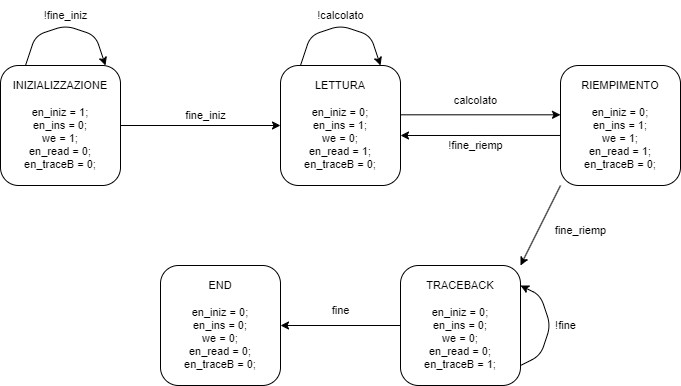
The draw.io diagram FSM_Schematic.drawio.png in Dani-Picciau/NW_algorithm, before a commit. Source tidied: cells renumbered, new cells last; positions are measured from the earlier drawing's top-left corner, leaving out a move shared by most shapes.
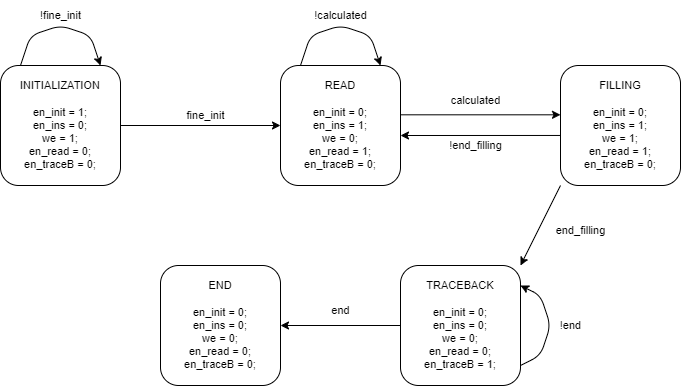
Later version of the same file.

Diff of the diagram source:
```diff
@@ -2,10 +2,10 @@
   <root>
     <mxCell id="0" />
     <mxCell id="1" parent="0" />
-    <mxCell id="2" value="INIZIALIZZAZIONE&lt;br style=&quot;font-size: 11px;&quot;&gt;&lt;br style=&quot;font-size: 11px;&quot;&gt;en_iniz = 1;&lt;br style=&quot;font-size: 11px;&quot;&gt;en_ins = 0;&lt;br style=&quot;font-size: 11px;&quot;&gt;we = 1;&lt;br style=&quot;font-size: 11px;&quot;&gt;en_read = 0;&lt;br style=&quot;font-size: 11px;&quot;&gt;en_traceB = 0;" style="rounded=1;whiteSpace=wrap;html=1;fontSize=11;" parent="1" vertex="1">
+    <mxCell id="2" value="INITIALIZATION&lt;br style=&quot;font-size: 11px;&quot;&gt;&lt;br style=&quot;font-size: 11px;&quot;&gt;en_init = 1;&lt;br style=&quot;font-size: 11px;&quot;&gt;en_ins = 0;&lt;br style=&quot;font-size: 11px;&quot;&gt;we = 1;&lt;br style=&quot;font-size: 11px;&quot;&gt;en_read = 0;&lt;br style=&quot;font-size: 11px;&quot;&gt;en_traceB = 0;" style="rounded=1;whiteSpace=wrap;html=1;fontSize=11;" parent="1" vertex="1">
       <mxGeometry y="65" width="120" height="120" as="geometry" />
     </mxCell>
-    <mxCell id="3" value="LETTURA&lt;br style=&quot;font-size: 11px;&quot;&gt;&lt;br style=&quot;font-size: 11px;&quot;&gt;en_iniz = 0;&lt;br style=&quot;font-size: 11px;&quot;&gt;en_ins = 1;&lt;br style=&quot;font-size: 11px;&quot;&gt;we = 0;&lt;br style=&quot;font-size: 11px;&quot;&gt;en_read = 1;&lt;br style=&quot;font-size: 11px;&quot;&gt;en_traceB = 0;" style="rounded=1;whiteSpace=wrap;html=1;fontSize=11;" parent="1" vertex="1">
+    <mxCell id="3" value="READ&lt;br style=&quot;font-size: 11px;&quot;&gt;&lt;br style=&quot;font-size: 11px;&quot;&gt;en_init = 0;&lt;br style=&quot;font-size: 11px;&quot;&gt;en_ins = 1;&lt;br style=&quot;font-size: 11px;&quot;&gt;we = 0;&lt;br style=&quot;font-size: 11px;&quot;&gt;en_read = 1;&lt;br style=&quot;font-size: 11px;&quot;&gt;en_traceB = 0;" style="rounded=1;whiteSpace=wrap;html=1;fontSize=11;" parent="1" vertex="1">
       <mxGeometry x="280" y="65" width="120" height="120" as="geometry" />
     </mxCell>
     <mxCell id="4" style="endArrow=classic;html=1;exitX=1;exitY=0.5;exitDx=0;exitDy=0;fontSize=11;" parent="1" edge="1" source="2">
@@ -13,24 +13,24 @@
         <mxPoint x="280" y="125" as="targetPoint" />
       </mxGeometry>
     </mxCell>
-    <mxCell id="5" value="fine_iniz" style="text;html=1;align=center;verticalAlign=middle;strokeColor=none;fillColor=none;fontSize=11;" parent="1" vertex="1">
+    <mxCell id="5" value="fine_init" style="text;html=1;align=center;verticalAlign=middle;strokeColor=none;fillColor=none;fontSize=11;" parent="1" vertex="1">
       <mxGeometry x="175" y="100" width="60" height="30" as="geometry" />
     </mxCell>
     <mxCell id="6" style="endArrow=classic;html=1;fontSize=11;" parent="1" edge="1">
       <mxGeometry relative="1" as="geometry">
-        <mxPoint x="25" y="65" as="sourcePoint" />
-        <mxPoint x="105" y="65" as="targetPoint" />
+        <mxPoint x="20" y="65" as="sourcePoint" />
+        <mxPoint x="100" y="65" as="targetPoint" />
         <Array as="points">
-          <mxPoint x="35" y="35" />
-          <mxPoint x="65" y="25" />
-          <mxPoint x="95" y="35" />
+          <mxPoint x="30" y="35" />
+          <mxPoint x="60" y="25" />
+          <mxPoint x="90" y="35" />
         </Array>
       </mxGeometry>
     </mxCell>
-    <mxCell id="7" value="!fine_iniz" style="text;html=1;align=center;verticalAlign=middle;strokeColor=none;fillColor=none;fontSize=11;" parent="1" vertex="1">
-      <mxGeometry x="30" width="70" height="30" as="geometry" />
+    <mxCell id="7" value="!fine_init" style="text;html=1;align=center;verticalAlign=middle;strokeColor=none;fillColor=none;fontSize=11;" parent="1" vertex="1">
+      <mxGeometry x="30" width="60" height="30" as="geometry" />
     </mxCell>
-    <mxCell id="8" value="RIEMPIMENTO&lt;br style=&quot;font-size: 11px;&quot;&gt;&lt;br style=&quot;font-size: 11px;&quot;&gt;en_iniz = 0;&lt;br style=&quot;font-size: 11px;&quot;&gt;en_ins = 1;&lt;br style=&quot;font-size: 11px;&quot;&gt;we = 1;&lt;br style=&quot;font-size: 11px;&quot;&gt;en_read = 1;&lt;br style=&quot;font-size: 11px;&quot;&gt;en_traceB = 0;" style="rounded=1;whiteSpace=wrap;html=1;fontSize=11;" parent="1" vertex="1">
+    <mxCell id="8" value="FILLING&lt;br&gt;&lt;br style=&quot;font-size: 11px;&quot;&gt;en_init = 0;&lt;br style=&quot;font-size: 11px;&quot;&gt;en_ins = 1;&lt;br style=&quot;font-size: 11px;&quot;&gt;we = 1;&lt;br style=&quot;font-size: 11px;&quot;&gt;en_read = 1;&lt;br style=&quot;font-size: 11px;&quot;&gt;en_traceB = 0;" style="rounded=1;whiteSpace=wrap;html=1;fontSize=11;" parent="1" vertex="1">
       <mxGeometry x="560" y="65" width="120" height="120" as="geometry" />
     </mxCell>
     <mxCell id="9" style="endArrow=classic;html=1;fontSize=11;" parent="1" edge="1">
@@ -44,8 +44,8 @@
         </Array>
       </mxGeometry>
     </mxCell>
-    <mxCell id="10" value="!calcolato" style="text;html=1;align=center;verticalAlign=middle;strokeColor=none;fillColor=none;fontSize=11;" parent="1" vertex="1">
-      <mxGeometry x="305" width="70" height="30" as="geometry" />
+    <mxCell id="10" value="!calculated" style="text;html=1;align=center;verticalAlign=middle;strokeColor=none;fillColor=none;fontSize=11;" parent="1" vertex="1">
+      <mxGeometry x="300" width="80" height="30" as="geometry" />
     </mxCell>
     <mxCell id="11" style="endArrow=classic;html=1;exitX=1;exitY=0.5;exitDx=0;exitDy=0;fontSize=11;" parent="1" edge="1">
       <mxGeometry relative="1" as="geometry">
@@ -53,7 +53,7 @@
         <mxPoint x="560" y="114.3" as="targetPoint" />
       </mxGeometry>
     </mxCell>
-    <mxCell id="12" value="calcolato" style="text;html=1;align=center;verticalAlign=middle;strokeColor=none;fillColor=none;fontSize=11;" parent="1" vertex="1">
+    <mxCell id="12" value="calculated" style="text;html=1;align=center;verticalAlign=middle;strokeColor=none;fillColor=none;fontSize=11;" parent="1" vertex="1">
       <mxGeometry x="440" y="85" width="70" height="30" as="geometry" />
     </mxCell>
     <mxCell id="13" style="endArrow=classic;html=1;exitX=0;exitY=0.583;exitDx=0;exitDy=0;exitPerimeter=0;fontSize=11;" parent="1" edge="1" source="8">
@@ -61,13 +61,13 @@
         <mxPoint x="400" y="135" as="targetPoint" />
       </mxGeometry>
     </mxCell>
-    <mxCell id="14" value="!fine_riemp" style="text;html=1;align=center;verticalAlign=middle;strokeColor=none;fillColor=none;fontSize=11;" parent="1" vertex="1">
+    <mxCell id="14" value="!end_filling" style="text;html=1;align=center;verticalAlign=middle;strokeColor=none;fillColor=none;fontSize=11;" parent="1" vertex="1">
       <mxGeometry x="435" y="130" width="80" height="30" as="geometry" />
     </mxCell>
-    <mxCell id="15" value="TRACEBACK&lt;br style=&quot;font-size: 11px;&quot;&gt;&lt;br style=&quot;font-size: 11px;&quot;&gt;en_iniz = 0;&lt;br style=&quot;font-size: 11px;&quot;&gt;en_ins = 0;&lt;br style=&quot;font-size: 11px;&quot;&gt;we = 0;&lt;br style=&quot;font-size: 11px;&quot;&gt;en_read = 0;&lt;br style=&quot;font-size: 11px;&quot;&gt;en_traceB = 1;" style="rounded=1;whiteSpace=wrap;html=1;fontSize=11;" parent="1" vertex="1">
+    <mxCell id="15" value="TRACEBACK&lt;br style=&quot;font-size: 11px;&quot;&gt;&lt;br style=&quot;font-size: 11px;&quot;&gt;en_init = 0;&lt;br style=&quot;font-size: 11px;&quot;&gt;en_ins = 0;&lt;br style=&quot;font-size: 11px;&quot;&gt;we = 0;&lt;br style=&quot;font-size: 11px;&quot;&gt;en_read = 0;&lt;br style=&quot;font-size: 11px;&quot;&gt;en_traceB = 1;" style="rounded=1;whiteSpace=wrap;html=1;fontSize=11;" parent="1" vertex="1">
       <mxGeometry x="400" y="265" width="120" height="120" as="geometry" />
     </mxCell>
-    <mxCell id="16" value="END&lt;br style=&quot;font-size: 11px;&quot;&gt;&lt;br style=&quot;font-size: 11px;&quot;&gt;en_iniz = 0;&lt;br style=&quot;font-size: 11px;&quot;&gt;en_ins = 0;&lt;br style=&quot;font-size: 11px;&quot;&gt;we = 0;&lt;br style=&quot;font-size: 11px;&quot;&gt;en_read = 0;&lt;br style=&quot;font-size: 11px;&quot;&gt;en_traceB = 0;" style="rounded=1;whiteSpace=wrap;html=1;fontSize=11;" parent="1" vertex="1">
+    <mxCell id="16" value="END&lt;br style=&quot;font-size: 11px;&quot;&gt;&lt;br style=&quot;font-size: 11px;&quot;&gt;en_init = 0;&lt;br style=&quot;font-size: 11px;&quot;&gt;en_ins = 0;&lt;br style=&quot;font-size: 11px;&quot;&gt;we = 0;&lt;br style=&quot;font-size: 11px;&quot;&gt;en_read = 0;&lt;br style=&quot;font-size: 11px;&quot;&gt;en_traceB = 0;" style="rounded=1;whiteSpace=wrap;html=1;fontSize=11;" parent="1" vertex="1">
       <mxGeometry x="160" y="265" width="120" height="120" as="geometry" />
     </mxCell>
     <mxCell id="17" style="endArrow=classic;html=1;exitX=0;exitY=0.5;exitDx=0;exitDy=0;fontSize=11;" parent="1" edge="1" source="15">
@@ -78,7 +78,7 @@
     <mxCell id="18" style="endArrow=classic;html=1;entryX=1;entryY=0;entryDx=0;entryDy=0;exitX=0;exitY=1;exitDx=0;exitDy=0;fontSize=11;" parent="1" edge="1" source="8" target="15">
       <mxGeometry relative="1" as="geometry" />
     </mxCell>
-    <mxCell id="19" value="fine_riemp" style="text;html=1;align=center;verticalAlign=middle;strokeColor=none;fillColor=none;fontSize=11;" parent="1" vertex="1">
+    <mxCell id="19" value="end_filling" style="text;html=1;align=center;verticalAlign=middle;strokeColor=none;fillColor=none;fontSize=11;" parent="1" vertex="1">
       <mxGeometry x="545" y="215" width="70" height="30" as="geometry" />
     </mxCell>
     <mxCell id="20" style="endArrow=classic;html=1;fontSize=11;" parent="1" edge="1">
@@ -92,10 +92,10 @@
         </Array>
       </mxGeometry>
     </mxCell>
-    <mxCell id="21" value="!fine" style="text;html=1;align=center;verticalAlign=middle;strokeColor=none;fillColor=none;fontSize=11;" parent="1" vertex="1">
-      <mxGeometry x="545" y="310" width="40" height="30" as="geometry" />
+    <mxCell id="21" value="!end" style="text;html=1;align=center;verticalAlign=middle;strokeColor=none;fillColor=none;fontSize=11;" parent="1" vertex="1">
+      <mxGeometry x="550" y="310" width="40" height="30" as="geometry" />
     </mxCell>
-    <mxCell id="22" value="fine" style="text;html=1;align=center;verticalAlign=middle;strokeColor=none;fillColor=none;fontSize=11;" parent="1" vertex="1">
+    <mxCell id="22" value="end" style="text;html=1;align=center;verticalAlign=middle;strokeColor=none;fillColor=none;fontSize=11;" parent="1" vertex="1">
       <mxGeometry x="320" y="295" width="40" height="30" as="geometry" />
     </mxCell>
   </root>
```
